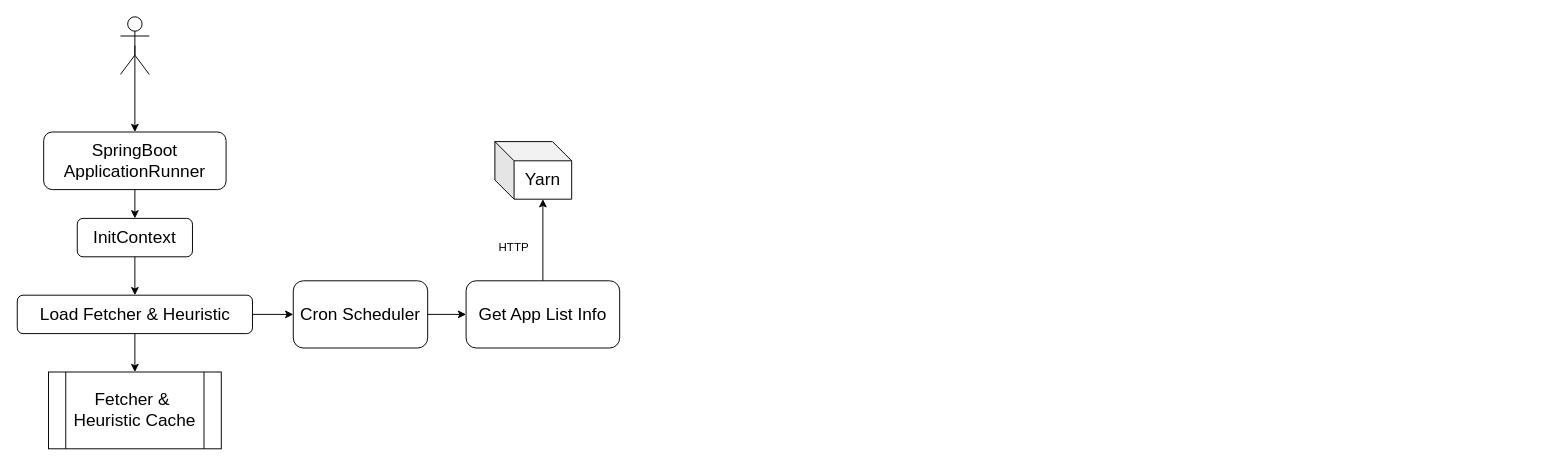
imperio-wxm/draw keeps this draw.io diagram as warship/Warship-Fetcher-Heuristic.drawio. Above is the earlier version. Source tidied: cells renumbered, new cells numbered last; positions are measured from the earlier drawing's top-left corner, leaving out a move shared by most shapes. Both pictures are drawn from the tidied source at 96%, with x=0, y=0 at pixel (16, 16).
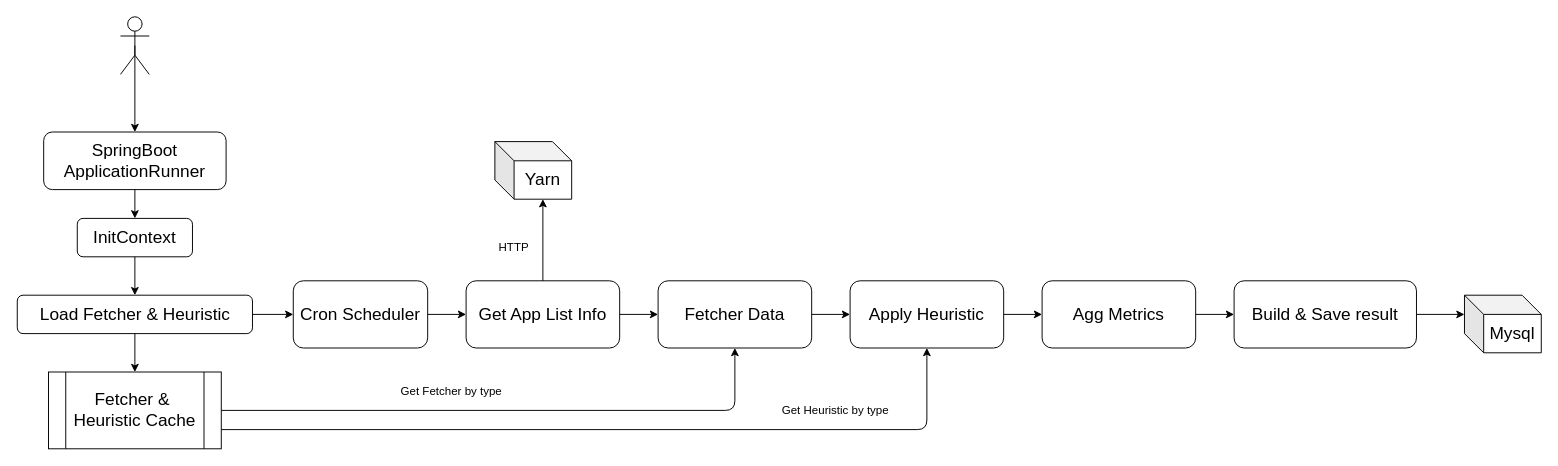
The same page after the edit.

The change refers to these unchanged cells:
```xml
<mxCell id="9" value="&lt;span style=&quot;font-size: 18px&quot;&gt;Fetcher &amp;amp;&amp;nbsp;&lt;br&gt;&lt;/span&gt;&lt;span style=&quot;font-size: 18px&quot;&gt;Heuristic Cache&lt;/span&gt;&lt;span style=&quot;font-size: 18px&quot;&gt;&lt;br&gt;&lt;/span&gt;" style="shape=process;whiteSpace=wrap;html=1;backgroundOutline=1;" parent="1" vertex="1">
  <mxGeometry x="33" y="370" width="180" height="80" as="geometry" />
</mxCell>
<mxCell id="13" value="&lt;font style=&quot;font-size: 18px&quot;&gt;Get App List Info&lt;br&gt;&lt;/font&gt;" style="rounded=1;whiteSpace=wrap;html=1;" parent="1" vertex="1">
  <mxGeometry x="468" y="275" width="160" height="70" as="geometry" />
</mxCell>
```

Diff of the diagram source:
```diff
@@
+    <mxCell id="18" value="&lt;font style=&quot;font-size: 18px&quot;&gt;Fetcher Data&lt;br&gt;&lt;/font&gt;" style="rounded=1;whiteSpace=wrap;html=1;" parent="1" vertex="1">
+      <mxGeometry x="668" y="275" width="160" height="70" as="geometry" />
+    </mxCell>
+    <mxCell id="19" style="endArrow=classic;html=1;exitX=1;exitY=0.5;exitDx=0;exitDy=0;entryX=0;entryY=0.5;entryDx=0;entryDy=0;" parent="1" edge="1" source="13" target="18">
+      <mxGeometry relative="1" as="geometry" />
+    </mxCell>
+    <mxCell id="20" style="edgeStyle=elbowEdgeStyle;elbow=horizontal;endArrow=classic;html=1;exitX=1;exitY=0.5;exitDx=0;exitDy=0;entryX=0.5;entryY=1;entryDx=0;entryDy=0;" parent="1" edge="1" source="9" target="18">
+      <mxGeometry relative="1" as="geometry">
+        <Array as="points">
+          <mxPoint x="748" y="380" />
+        </Array>
+      </mxGeometry>
+    </mxCell>
+    <mxCell id="21" value="Get Fetcher by type" style="text;html=1;strokeColor=none;fillColor=none;align=center;verticalAlign=middle;whiteSpace=wrap;rounded=0;" parent="1" vertex="1">
+      <mxGeometry x="388" y="380" width="130" height="20" as="geometry" />
+    </mxCell>
+    <mxCell id="22" value="&lt;font style=&quot;font-size: 18px&quot;&gt;Apply Heuristic&lt;br&gt;&lt;/font&gt;" style="rounded=1;whiteSpace=wrap;html=1;" parent="1" vertex="1">
+      <mxGeometry x="868" y="275" width="160" height="70" as="geometry" />
+    </mxCell>
+    <mxCell id="23" style="endArrow=classic;html=1;exitX=1;exitY=0.5;exitDx=0;exitDy=0;" parent="1" edge="1" source="18" target="22">
+      <mxGeometry relative="1" as="geometry" />
+    </mxCell>
+    <mxCell id="24" style="edgeStyle=elbowEdgeStyle;elbow=horizontal;endArrow=classic;html=1;exitX=1;exitY=0.75;exitDx=0;exitDy=0;entryX=0.5;entryY=1;entryDx=0;entryDy=0;" parent="1" edge="1" source="9" target="22">
+      <mxGeometry relative="1" as="geometry">
+        <Array as="points">
+          <mxPoint x="948" y="400" />
+        </Array>
+      </mxGeometry>
+    </mxCell>
+    <mxCell id="25" value="Get&amp;nbsp;Heuristic by type" style="text;html=1;strokeColor=none;fillColor=none;align=center;verticalAlign=middle;whiteSpace=wrap;rounded=0;" parent="1" vertex="1">
+      <mxGeometry x="788" y="400" width="130" height="20" as="geometry" />
+    </mxCell>
+    <mxCell id="26" value="&lt;font style=&quot;font-size: 18px&quot;&gt;Agg Metrics&lt;br&gt;&lt;/font&gt;" style="rounded=1;whiteSpace=wrap;html=1;" parent="1" vertex="1">
+      <mxGeometry x="1068" y="275" width="160" height="70" as="geometry" />
+    </mxCell>
+    <mxCell id="27" style="endArrow=classic;html=1;exitX=1;exitY=0.5;exitDx=0;exitDy=0;" parent="1" edge="1" source="22" target="26">
+      <mxGeometry relative="1" as="geometry" />
+    </mxCell>
+    <mxCell id="28" value="&lt;font style=&quot;font-size: 18px&quot;&gt;Build &amp;amp; Save result&lt;br&gt;&lt;/font&gt;" style="rounded=1;whiteSpace=wrap;html=1;" parent="1" vertex="1">
+      <mxGeometry x="1268" y="275" width="190" height="70" as="geometry" />
+    </mxCell>
+    <mxCell id="29" style="endArrow=classic;html=1;exitX=1;exitY=0.5;exitDx=0;exitDy=0;entryX=0;entryY=0.5;entryDx=0;entryDy=0;" parent="1" edge="1" source="26" target="28">
+      <mxGeometry relative="1" as="geometry" />
+    </mxCell>
+    <mxCell id="30" value="&lt;font style=&quot;font-size: 18px&quot;&gt;Mysql&lt;/font&gt;" style="shape=cube;whiteSpace=wrap;html=1;boundedLbl=1;backgroundOutline=1;darkOpacity=0.05;darkOpacity2=0.1;" parent="1" vertex="1">
+      <mxGeometry x="1508" y="290" width="80" height="60" as="geometry" />
+    </mxCell>
+    <mxCell id="31" style="endArrow=classic;html=1;exitX=1;exitY=0.5;exitDx=0;exitDy=0;entryX=0;entryY=0;entryDx=0;entryDy=20;entryPerimeter=0;" parent="1" edge="1" source="28" target="30">
+      <mxGeometry relative="1" as="geometry" />
+    </mxCell>
```
